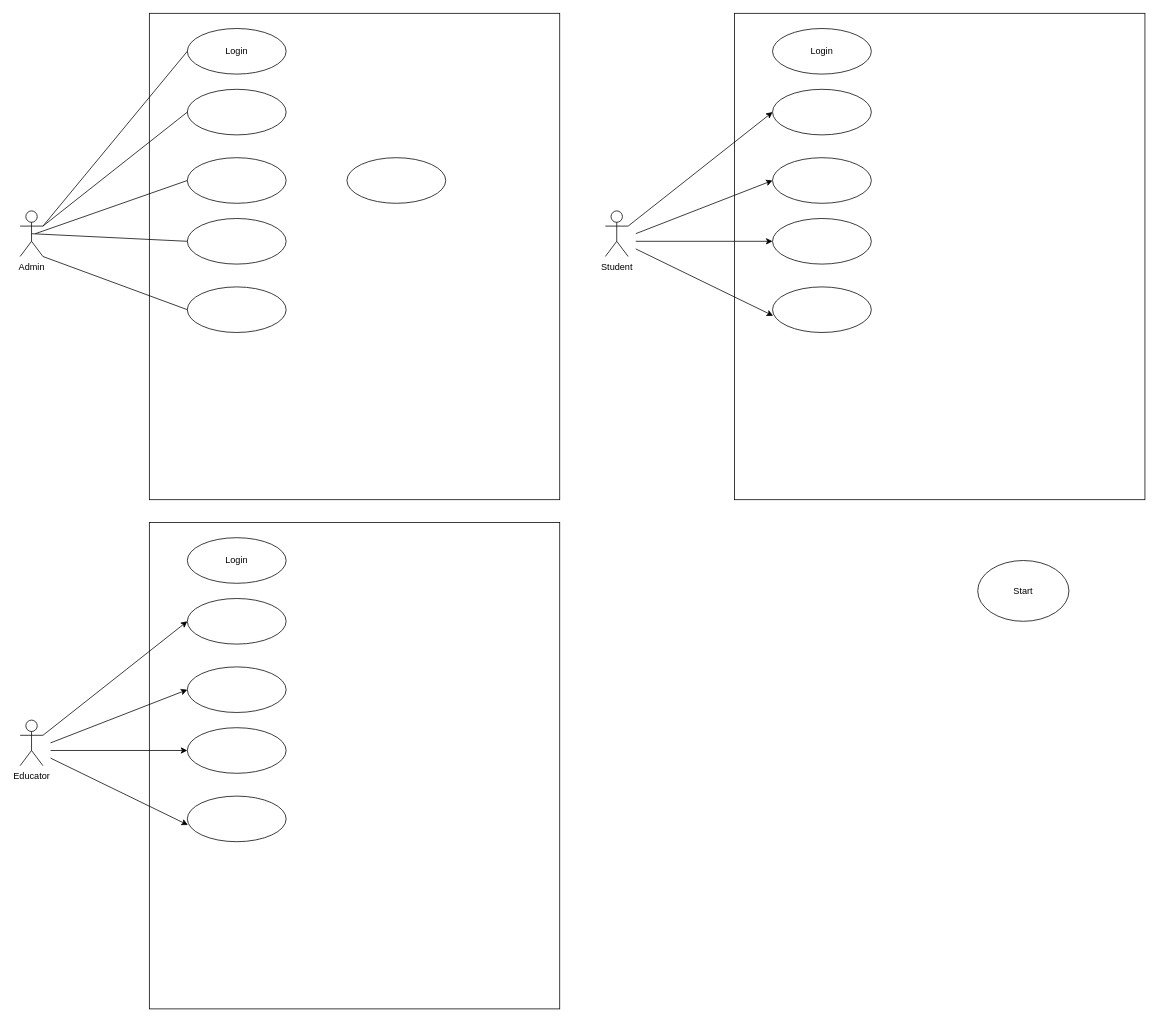
Above: WEBAPPS.drawio in WWeWenBininn/WWeWenBininn (draw.io), before the change. Source tidied: cells renumbered, new cells numbered last; positions are measured from the earlier drawing's top-left corner, leaving out a move shared by most shapes. Both pictures are drawn from the tidied source at 76%, with x=0, y=0 at pixel (20, 13).
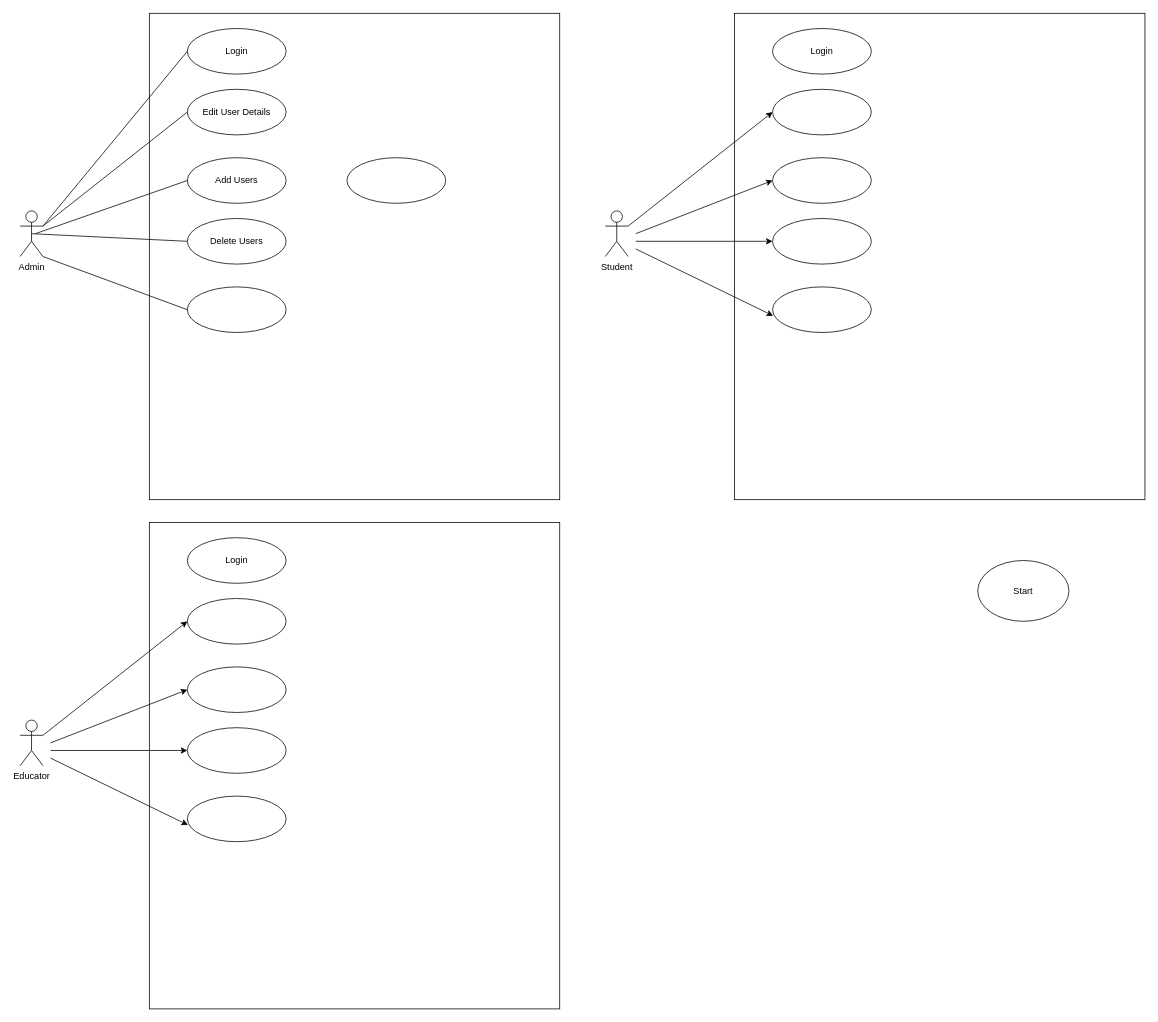
After the change.

The edit, as a diff of the source:
```diff
@@
-    <mxCell id="5" style="ellipse;whiteSpace=wrap;html=1;" parent="1" vertex="1">
+    <mxCell id="5" value="Edit User Details" style="ellipse;whiteSpace=wrap;html=1;" parent="1" vertex="1">
       <mxGeometry x="220" y="100" width="130" height="60" as="geometry" />
     </mxCell>
-    <mxCell id="6" style="ellipse;whiteSpace=wrap;html=1;" parent="1" vertex="1">
+    <mxCell id="6" value="Add Users" style="ellipse;whiteSpace=wrap;html=1;" parent="1" vertex="1">
       <mxGeometry x="220" y="190" width="130" height="60" as="geometry" />
     </mxCell>
-    <mxCell id="7" style="ellipse;whiteSpace=wrap;html=1;" parent="1" vertex="1">
+    <mxCell id="7" value="Delete Users" style="ellipse;whiteSpace=wrap;html=1;" parent="1" vertex="1">
       <mxGeometry x="220" y="270" width="130" height="60" as="geometry" />
     </mxCell>
```
